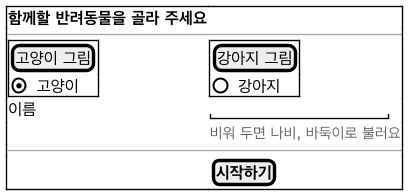
2026-2-software-system-design-11/planning-pet-app keeps this PlantUML diagram as docs/diagrams/ui-pick.png. Above is the earlier version.
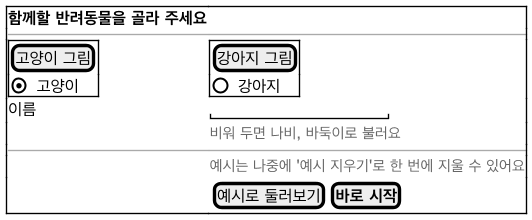
The same diagram one commit later.

Change to the diagram source:
```diff
@@ -13,6 +13,7 @@
   이름 | "                "
   . | <size:11><color:#666666>비워 두면 나비, 바둑이로 불러요</color></size>
   --|--
-  . | [<b>시작하기</b>]
+  . | <size:11><color:#666666>예시는 나중에 '예시 지우기'로 한 번에 지울 수 있어요</color></size>
+  . | { [예시로 둘러보기] | [<b>바로 시작</b>] }
 }
 @endsalt
```
